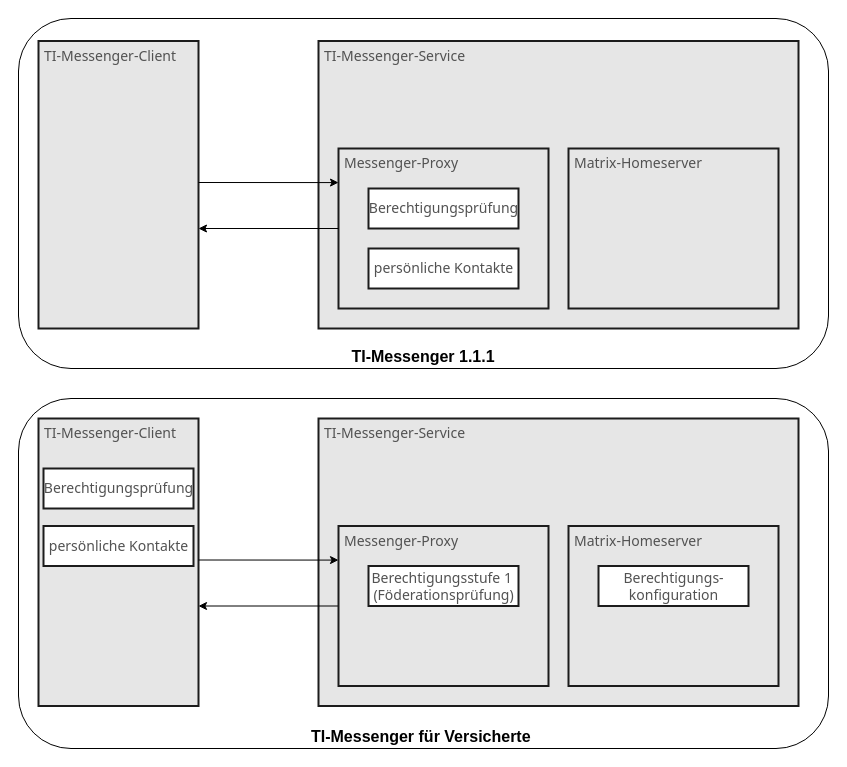
The draw.io diagram src/drawio/TI-Messenger-Fachdienst/Berechtigung_im_Proxy_epa.drawio in gematik/api-ti-messenger, before the edit. Source tidied: cells renumbered, new cells numbered last; positions are measured from the earlier drawing's top-left corner, leaving out a move shared by most shapes. Both pictures are drawn from the tidied source at 100%, with x=0, y=0 at pixel (18, 18).
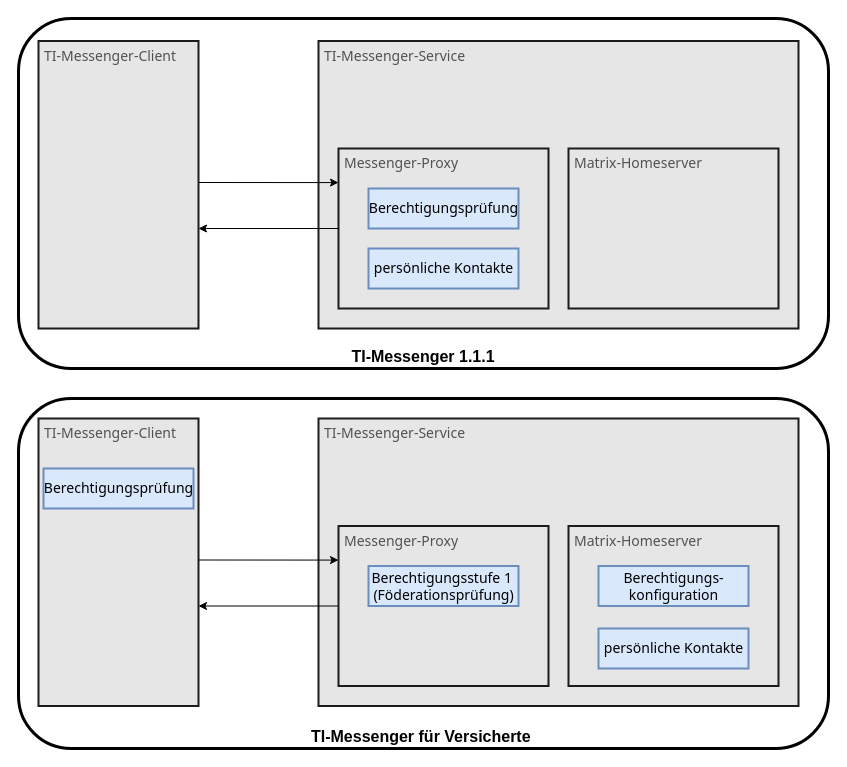
Above is the later version.

Unchanged cells that the change refers to:
```xml
<mxCell id="7" style="group;" parent="1" vertex="1">
  <mxGeometry x="320" y="130" width="210" height="160" as="geometry" />
</mxCell>
```

Diff of the diagram source:
```diff
@@
-    <mxCell id="2" value="TI-Messenger für Versicherte&amp;nbsp;" style="rounded=1;whiteSpace=wrap;html=1;fillColor=none;verticalAlign=bottom;fontSize=16;fontStyle=1;" parent="1" vertex="1">
+    <mxCell id="2" value="TI-Messenger für Versicherte&amp;nbsp;" style="rounded=1;whiteSpace=wrap;html=1;fillColor=none;verticalAlign=bottom;fontSize=16;fontStyle=1;strokeWidth=3;" parent="1" vertex="1">
       <mxGeometry y="380" width="810" height="350" as="geometry" />
     </mxCell>
-    <mxCell id="3" value="&lt;b&gt;&lt;font style=&quot;font-size: 16px;&quot;&gt;TI-Messenger 1.1.1&lt;/font&gt;&lt;/b&gt;" style="rounded=1;whiteSpace=wrap;html=1;fillColor=none;verticalAlign=bottom;" parent="1" vertex="1">
+    <mxCell id="3" value="&lt;b&gt;&lt;font style=&quot;font-size: 16px;&quot;&gt;TI-Messenger 1.1.1&lt;/font&gt;&lt;/b&gt;" style="rounded=1;whiteSpace=wrap;html=1;fillColor=none;verticalAlign=bottom;strokeWidth=3;" parent="1" vertex="1">
       <mxGeometry width="810" height="350" as="geometry" />
     </mxCell>
@@
-    <mxCell id="9" value="Berechtigungsprüfung" style="html=1;strokeColor=#1C1C1C;fillColor=#ffffff;fontFamily=Tahoma;fontSize=14;fontColor=#525252;align=center;strokeWidth=2;" parent="7" vertex="1">
+    <mxCell id="9" value="Berechtigungsprüfung" style="html=1;strokeColor=#6c8ebf;fillColor=#dae8fc;fontFamily=Tahoma;fontSize=14;align=center;strokeWidth=2;" parent="7" vertex="1">
       <mxGeometry x="30" y="40" width="150" height="40" as="geometry" />
     </mxCell>
-    <mxCell id="10" value="persönliche Kontakte" style="html=1;strokeColor=#1C1C1C;fillColor=#ffffff;fontFamily=Tahoma;fontSize=14;fontColor=#525252;align=center;strokeWidth=2;" parent="7" vertex="1">
+    <mxCell id="10" value="persönliche Kontakte" style="html=1;strokeColor=#6c8ebf;fillColor=#dae8fc;fontFamily=Tahoma;fontSize=14;align=center;strokeWidth=2;" parent="7" vertex="1">
       <mxGeometry x="30" y="100" width="150" height="40" as="geometry" />
     </mxCell>
@@
-    <mxCell id="19" value="Berechtigungsstufe 1&amp;nbsp;&lt;br&gt;(Föderationsprüfung)" style="html=1;strokeColor=#1C1C1C;fillColor=#ffffff;fontFamily=Tahoma;fontSize=14;fontColor=#525252;align=center;strokeWidth=2;" parent="1" vertex="1">
+    <mxCell id="19" value="Berechtigungsstufe 1&amp;nbsp;&lt;br&gt;(Föderationsprüfung)" style="html=1;strokeColor=#6c8ebf;fillColor=#dae8fc;fontFamily=Tahoma;fontSize=14;align=center;strokeWidth=2;" parent="1" vertex="1">
       <mxGeometry x="350" y="547.5" width="150" height="40" as="geometry" />
     </mxCell>
-    <mxCell id="20" value="persönliche Kontakte" style="html=1;strokeColor=#1C1C1C;fillColor=#ffffff;fontFamily=Tahoma;fontSize=14;fontColor=#525252;align=center;strokeWidth=2;" parent="1" vertex="1">
-      <mxGeometry x="25" y="507.5" width="150" height="40" as="geometry" />
+    <mxCell id="20" value="persönliche Kontakte" style="html=1;strokeColor=#6c8ebf;fillColor=#dae8fc;fontFamily=Tahoma;fontSize=14;align=center;strokeWidth=2;" parent="1" vertex="1">
+      <mxGeometry x="580" y="610" width="150" height="40" as="geometry" />
     </mxCell>
-    <mxCell id="21" value="Berechtigungsprüfung" style="html=1;strokeColor=#1C1C1C;fillColor=#ffffff;fontFamily=Tahoma;fontSize=14;fontColor=#525252;align=center;strokeWidth=2;" parent="1" vertex="1">
+    <mxCell id="21" value="Berechtigungsprüfung" style="html=1;strokeColor=#6c8ebf;fillColor=#dae8fc;fontFamily=Tahoma;fontSize=14;align=center;strokeWidth=2;" parent="1" vertex="1">
       <mxGeometry x="25" y="450" width="150" height="40" as="geometry" />
     </mxCell>
-    <mxCell id="22" value="Berechtigungs-&lt;br&gt;konfiguration" style="html=1;strokeColor=#1C1C1C;fillColor=#ffffff;fontFamily=Tahoma;fontSize=14;fontColor=#525252;align=center;strokeWidth=2;" parent="1" vertex="1">
+    <mxCell id="22" value="Berechtigungs-&lt;br&gt;konfiguration" style="html=1;strokeColor=#6c8ebf;fillColor=#dae8fc;fontFamily=Tahoma;fontSize=14;align=center;strokeWidth=2;" parent="1" vertex="1">
       <mxGeometry x="580" y="547.5" width="150" height="40" as="geometry" />
     </mxCell>
```
